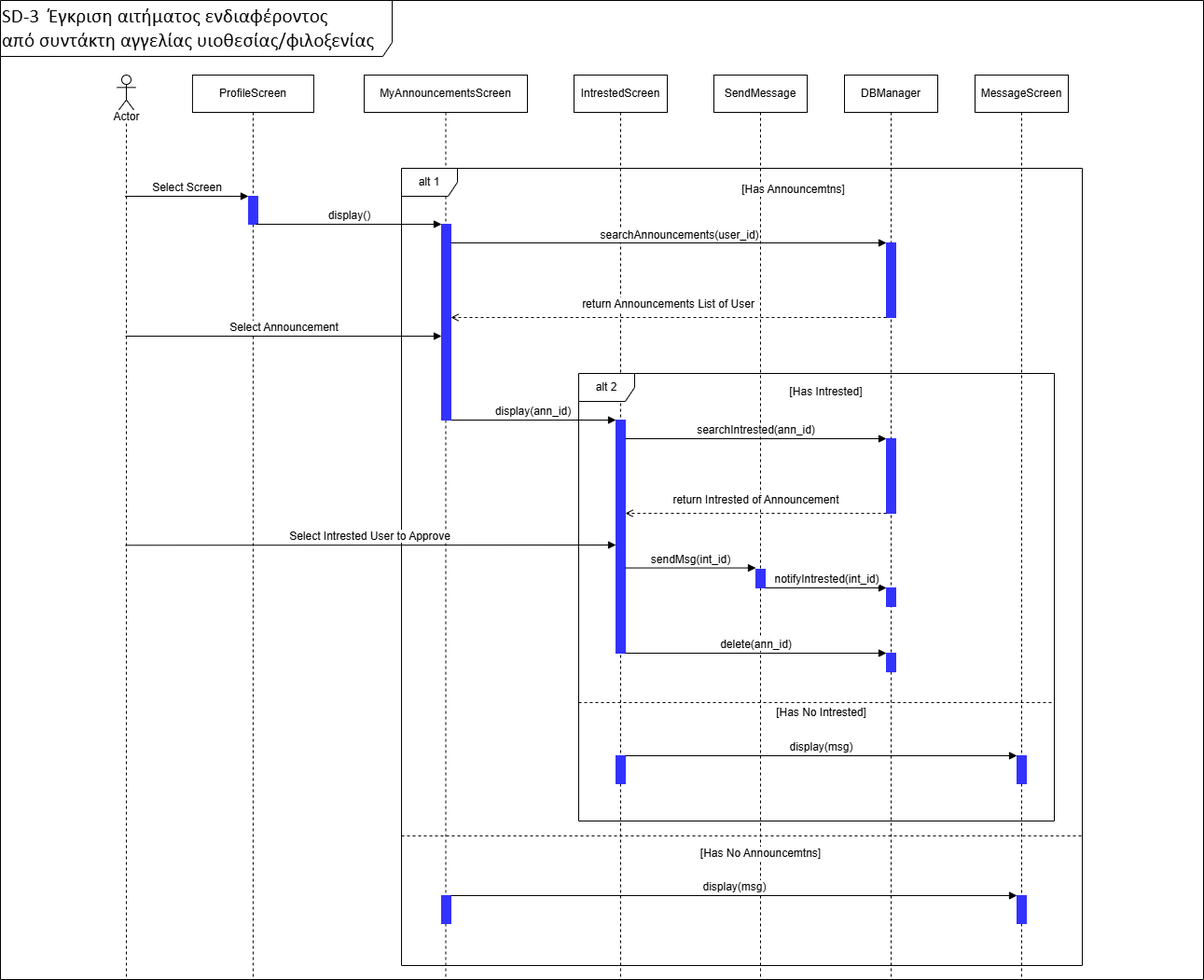
The draw.io diagram 3o_Paradoteo/SD-UC-3.png in GeorgeTsav/Software-Technology---Project-2024-2025, before a commit. Source tidied: cells renumbered, new cells last; positions are measured from the earlier drawing's top-left corner, leaving out a move shared by most shapes.
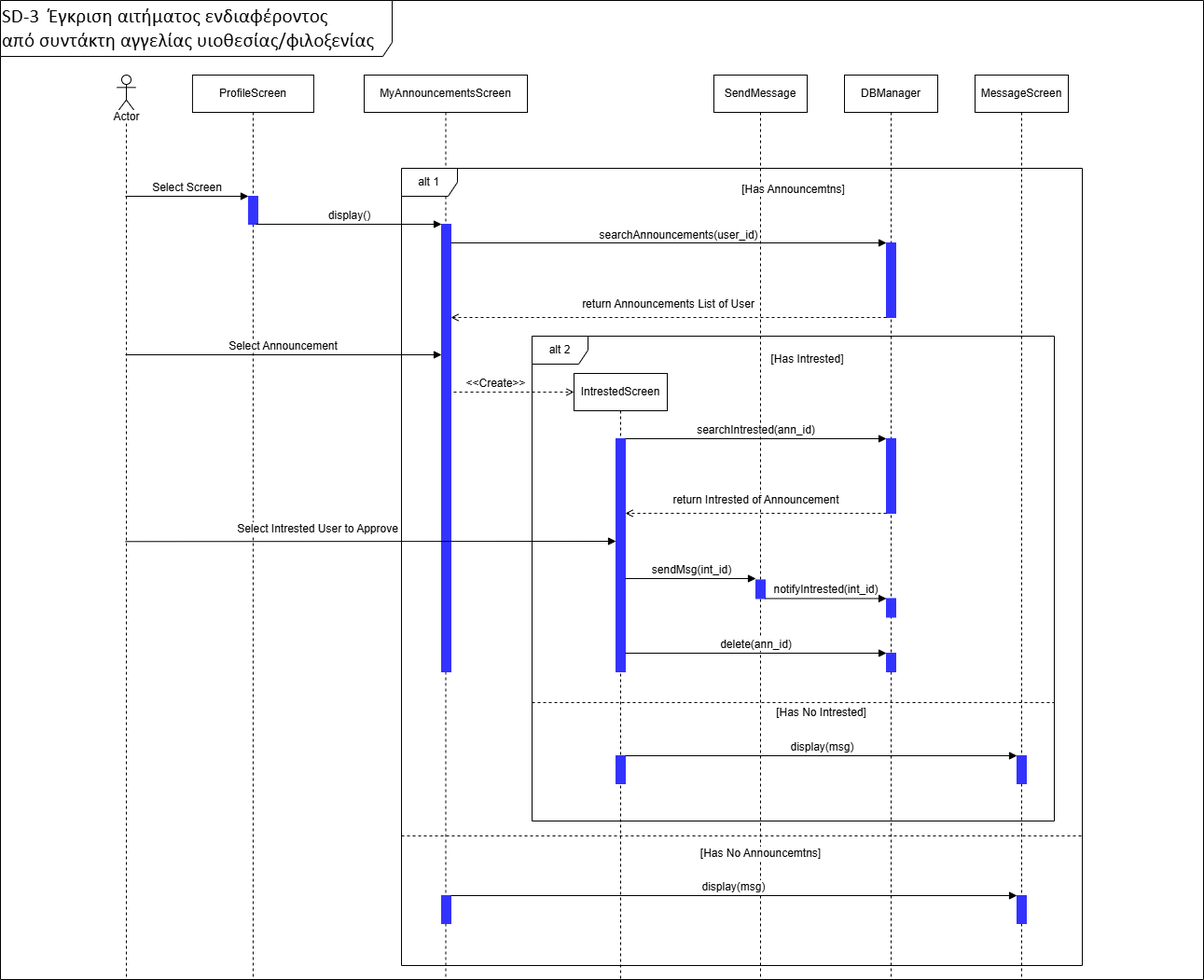
Above is the later version.

Change to the diagram source:
```diff
@@ -15,17 +15,11 @@
       <mxGeometry x="110" y="110" width="50" height="30" as="geometry" />
     </mxCell>
     <mxCell id="6" value="IntrestedScreen" style="shape=umlLifeline;perimeter=lifelinePerimeter;whiteSpace=wrap;html=1;newEdgeStyle={&quot;curved&quot;:0,&quot;rounded&quot;:0};" parent="1" vertex="1">
-      <mxGeometry x="615" y="80" width="100" height="970" as="geometry" />
+      <mxGeometry x="615" y="400" width="100" height="650" as="geometry" />
     </mxCell>
     <mxCell id="7" style="html=1;points=[[0,0,0,0,5],[0,1,0,0,-5],[1,0,0,0,5],[1,1,0,0,-5]];perimeter=orthogonalPerimeter;outlineConnect=0;targetShapes=umlLifeline;portConstraint=eastwest;newEdgeStyle={&quot;curved&quot;:0,&quot;rounded&quot;:0};strokeColor=#3333FF;align=center;verticalAlign=middle;fontFamily=Helvetica;fontSize=12;fontColor=default;labelBackgroundColor=default;fillColor=#3333FF;" parent="6" vertex="1">
-      <mxGeometry x="45" y="370" width="10" height="250" as="geometry" />
+      <mxGeometry x="45" y="70" width="10" height="250" as="geometry" />
     </mxCell>
-    <mxCell id="8" value="display(ann_id)" style="html=1;verticalAlign=bottom;endArrow=block;curved=0;rounded=0;strokeColor=default;align=center;fontFamily=Helvetica;fontSize=12;fontColor=default;labelBackgroundColor=default;" parent="6" edge="1">
-      <mxGeometry relative="1" as="geometry">
-        <mxPoint x="-132" y="370" as="sourcePoint" />
-        <mxPoint x="45" y="370" as="targetPoint" />
-      </mxGeometry>
-    </mxCell>
     <mxCell id="9" value="SendMessage" style="shape=umlLifeline;perimeter=lifelinePerimeter;whiteSpace=wrap;html=1;newEdgeStyle={&quot;curved&quot;:0,&quot;rounded&quot;:0};" parent="1" vertex="1">
       <mxGeometry x="765" y="80" width="100" height="970" as="geometry" />
     </mxCell>
@@ -36,7 +30,7 @@
       <mxGeometry x="45" y="390" width="10" height="80" as="geometry" />
     </mxCell>
     <mxCell id="12" style="html=1;perimeter=orthogonalPerimeter;targetShapes=umlLifeline;newEdgeStyle={&quot;curved&quot;:0,&quot;rounded&quot;:0};strokeColor=#3333FF;align=center;verticalAlign=middle;fontFamily=Helvetica;fontSize=12;fontColor=default;labelBackgroundColor=default;fillColor=#3333FF;" parent="10" vertex="1">
-      <mxGeometry x="45" y="550" width="10" height="20" as="geometry" />
+      <mxGeometry x="45" y="561.4" width="10" height="20" as="geometry" />
     </mxCell>
     <mxCell id="13" style="html=1;points=[[0,0,0,0,5],[0,1,0,0,-5],[1,0,0,0,5],[1,1,0,0,-5]];perimeter=orthogonalPerimeter;outlineConnect=0;targetShapes=umlLifeline;portConstraint=eastwest;newEdgeStyle={&quot;curved&quot;:0,&quot;rounded&quot;:0};strokeColor=#3333FF;align=center;verticalAlign=middle;fontFamily=Helvetica;fontSize=12;fontColor=default;labelBackgroundColor=default;fillColor=#3333FF;" parent="10" vertex="1">
       <mxGeometry x="45" y="620" width="10" height="20" as="geometry" />
@@ -47,8 +41,19 @@
     <mxCell id="15" value="ProfileScreen" style="shape=umlLifeline;perimeter=lifelinePerimeter;whiteSpace=wrap;html=1;newEdgeStyle={&quot;curved&quot;:0,&quot;rounded&quot;:0};" parent="1" vertex="1">
       <mxGeometry x="205.9" y="80" width="130" height="970" as="geometry" />
     </mxCell>
+    <mxCell id="48" style="edgeStyle=none;shape=connector;curved=0;rounded=0;orthogonalLoop=1;jettySize=auto;html=1;strokeColor=default;align=center;verticalAlign=bottom;fontFamily=Helvetica;fontSize=12;fontColor=default;labelBackgroundColor=default;endArrow=open;dashed=1;endFill=0;" parent="1" edge="1">
+      <mxGeometry relative="1" as="geometry">
+        <mxPoint x="480" y="420" as="sourcePoint" />
+        <mxPoint x="615" y="420" as="targetPoint" />
+      </mxGeometry>
+    </mxCell>
+    <mxCell id="49" value="&amp;lt;&amp;lt;Create&amp;gt;&amp;gt;" style="edgeLabel;html=1;align=center;verticalAlign=middle;fontFamily=Helvetica;fontSize=12;fontColor=default;labelBackgroundColor=default;" parent="48" vertex="1">
+      <mxGeometry x="-0.02" y="2" relative="1" as="geometry">
+        <mxPoint x="-16" y="-8" as="offset" />
+      </mxGeometry>
+    </mxCell>
     <mxCell id="16" style="html=1;points=[[0,0,0,0,5],[0,1,0,0,-5],[1,0,0,0,5],[1,1,0,0,-5]];perimeter=orthogonalPerimeter;outlineConnect=0;targetShapes=umlLifeline;portConstraint=eastwest;newEdgeStyle={&quot;curved&quot;:0,&quot;rounded&quot;:0};strokeColor=#3333FF;align=center;verticalAlign=middle;fontFamily=Helvetica;fontSize=12;fontColor=default;fillColor=#3333FF;" parent="1" vertex="1">
-      <mxGeometry x="473" y="240" width="10" height="210" as="geometry" />
+      <mxGeometry x="473" y="240" width="10" height="480" as="geometry" />
     </mxCell>
     <mxCell id="17" style="html=1;perimeter=orthogonalPerimeter;targetShapes=umlLifeline;newEdgeStyle={&quot;curved&quot;:0,&quot;rounded&quot;:0};strokeColor=#3333FF;align=center;verticalAlign=middle;fontFamily=Helvetica;fontSize=12;fontColor=default;labelBackgroundColor=default;fillColor=#3333FF;" parent="1" vertex="1">
       <mxGeometry x="950" y="260" width="10" height="80" as="geometry" />
@@ -87,8 +92,8 @@
     </mxCell>
     <mxCell id="25" value="Select Announcement" style="html=1;verticalAlign=bottom;endArrow=block;curved=0;rounded=0;fontFamily=Helvetica;fontSize=12;fontColor=default;" parent="1" edge="1">
       <mxGeometry relative="1" as="geometry">
-        <mxPoint x="134.1" y="360" as="sourcePoint" />
-        <mxPoint x="473" y="360" as="targetPoint" />
+        <mxPoint x="134.1" y="380" as="sourcePoint" />
+        <mxPoint x="473" y="380" as="targetPoint" />
       </mxGeometry>
     </mxCell>
     <mxCell id="26" value="searchIntrested(ann_id)" style="html=1;verticalAlign=bottom;endArrow=block;curved=0;rounded=0;strokeColor=default;align=center;fontFamily=Helvetica;fontSize=12;fontColor=default;labelBackgroundColor=default;" parent="1" edge="1">
@@ -114,10 +119,10 @@
       <mxGeometry x="785" y="188" width="130" height="30" as="geometry" />
     </mxCell>
     <mxCell id="31" value="alt 2" style="shape=umlFrame;whiteSpace=wrap;html=1;" parent="1" vertex="1">
-      <mxGeometry x="620" y="400" width="510" height="480" as="geometry" />
+      <mxGeometry x="570" y="360" width="560" height="520" as="geometry" />
     </mxCell>
     <mxCell id="32" value="[Has Intrested]" style="text;html=1;align=center;verticalAlign=middle;strokeColor=none;fillColor=none;labelBackgroundColor=default;labelBorderColor=none;" parent="1" vertex="1">
-      <mxGeometry x="835" y="405" width="100" height="30" as="geometry" />
+      <mxGeometry x="815" y="370" width="100" height="30" as="geometry" />
     </mxCell>
     <mxCell id="33" style="line;strokeWidth=1;fillColor=none;align=left;verticalAlign=middle;spacingTop=-1;spacingLeft=3;spacingRight=3;labelPosition=right;strokeColor=inherit;dashed=1;" parent="1" vertex="1">
       <mxGeometry x="430" y="892" width="730" height="8" as="geometry" />
@@ -126,29 +131,30 @@
       <mxGeometry x="740" y="900" width="150" height="30" as="geometry" />
     </mxCell>
     <mxCell id="35" style="line;strokeWidth=1;fillColor=none;align=left;verticalAlign=middle;spacingTop=-1;spacingLeft=3;spacingRight=3;labelPosition=right;strokeColor=inherit;dashed=1;" parent="1" vertex="1">
-      <mxGeometry x="620" y="749" width="510" height="8" as="geometry" />
+      <mxGeometry x="570" y="749" width="560" height="8" as="geometry" />
     </mxCell>
     <mxCell id="36" value="[Has No Intrested]" style="text;html=1;align=center;verticalAlign=middle;strokeColor=none;fillColor=none;labelBackgroundColor=default;labelBorderColor=none;" parent="1" vertex="1">
       <mxGeometry x="820" y="749" width="120" height="30" as="geometry" />
     </mxCell>
     <mxCell id="37" value="Select Intrested User to Approve" style="html=1;verticalAlign=bottom;endArrow=block;curved=0;rounded=0;fontFamily=Helvetica;fontSize=12;fontColor=default;" parent="1" edge="1">
-      <mxGeometry relative="1" as="geometry">
-        <mxPoint x="134.1" y="584.3" as="sourcePoint" />
-        <mxPoint x="660" y="584" as="targetPoint" />
+      <mxGeometry x="-0.22" y="4" relative="1" as="geometry">
+        <mxPoint x="134.1" y="580.3" as="sourcePoint" />
+        <mxPoint x="660" y="580" as="targetPoint" />
       </mxGeometry>
     </mxCell>
     <mxCell id="38" style="html=1;perimeter=orthogonalPerimeter;targetShapes=umlLifeline;newEdgeStyle={&quot;curved&quot;:0,&quot;rounded&quot;:0};strokeColor=#3333FF;align=center;verticalAlign=middle;fontFamily=Helvetica;fontSize=12;fontColor=default;labelBackgroundColor=default;fillColor=#3333FF;" parent="1" vertex="1">
-      <mxGeometry x="810" y="610" width="10" height="20" as="geometry" />
+      <mxGeometry x="810" y="621.4" width="10" height="20" as="geometry" />
     </mxCell>
-    <mxCell id="39" value="sendMsg(int_id)" style="html=1;verticalAlign=bottom;endArrow=block;curved=0;rounded=0;fontFamily=Helvetica;fontSize=12;fontColor=default;labelBackgroundColor=default;" parent="1" edge="1" source="7">
+    <mxCell id="39" value="sendMsg(int_id)" style="html=1;verticalAlign=bottom;endArrow=block;curved=0;rounded=0;fontFamily=Helvetica;fontSize=12;fontColor=default;labelBackgroundColor=default;" parent="1" edge="1">
       <mxGeometry relative="1" as="geometry">
-        <mxPoint x="810" y="608.6" as="targetPoint" />
+        <mxPoint x="670" y="620" as="sourcePoint" />
+        <mxPoint x="810" y="620" as="targetPoint" />
       </mxGeometry>
     </mxCell>
     <mxCell id="40" value="notifyIntrested(int_id)" style="html=1;verticalAlign=bottom;endArrow=block;curved=0;rounded=0;fontFamily=Helvetica;fontSize=12;fontColor=default;labelBackgroundColor=default;" parent="1" edge="1">
       <mxGeometry relative="1" as="geometry">
-        <mxPoint x="820" y="630" as="sourcePoint" />
-        <mxPoint x="950" y="630" as="targetPoint" />
+        <mxPoint x="820" y="641.4" as="sourcePoint" />
+        <mxPoint x="950" y="641.4" as="targetPoint" />
       </mxGeometry>
     </mxCell>
     <mxCell id="41" value="delete(ann_id)" style="html=1;verticalAlign=bottom;endArrow=block;curved=0;rounded=0;fontFamily=Helvetica;fontSize=12;fontColor=default;labelBackgroundColor=default;" parent="1" edge="1" target="13">
```
